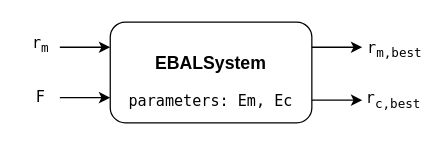
Earlier version of the draw.io diagram fig/application.dio (dfabianus/ElementalBalancing.jl). Source tidied: cells renumbered, new cells numbered last; positions are measured from the earlier drawing's top-left corner, leaving out a move shared by most shapes. Both pictures are drawn from the tidied source at 126%, with x=0, y=0 at pixel (21, 21).
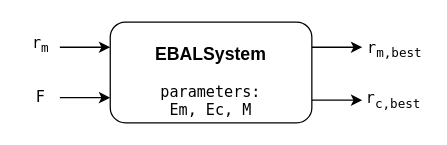
After the change.

The edit, as a diff of the source:
```diff
@@
 <mxGraphModel>
   <root>
     <mxCell id="0" />
     <mxCell id="1" parent="0" />
-    <mxCell id="2" value="&lt;h3&gt;&lt;b style=&quot;&quot;&gt;EBALSystem&lt;/b&gt;&lt;/h3&gt;&lt;font face=&quot;Lucida Console&quot;&gt;parameters: Em, Ec&lt;/font&gt;" style="rounded=1;whiteSpace=wrap;html=1;" parent="1" vertex="1">
+    <mxCell id="2" value="&lt;h3&gt;&lt;b style=&quot;&quot;&gt;EBALSystem&lt;/b&gt;&lt;/h3&gt;&lt;font face=&quot;Lucida Console&quot;&gt;parameters: &lt;br&gt;Em, Ec, M&lt;/font&gt;" style="rounded=1;whiteSpace=wrap;html=1;" parent="1" vertex="1">
       <mxGeometry x="70" width="160" height="80" as="geometry" />
     </mxCell>
     <mxCell id="3" style="endArrow=classic;html=1;" parent="1" edge="1">
       <mxGeometry relative="1" as="geometry">
         <mxPoint x="30" y="20" as="sourcePoint" />
         <mxPoint x="70" y="20" as="targetPoint" />
       </mxGeometry>
     </mxCell>
     <mxCell id="4" style="endArrow=classic;html=1;" parent="1" edge="1">
       <mxGeometry relative="1" as="geometry">
         <mxPoint x="30" y="60" as="sourcePoint" />
         <mxPoint x="70" y="60" as="targetPoint" />
       </mxGeometry>
     </mxCell>
     <mxCell id="5" value="&lt;font face=&quot;Lucida Console&quot;&gt;r&lt;sub&gt;m&lt;/sub&gt;&lt;/font&gt;" style="text;html=1;strokeColor=none;fillColor=none;align=center;verticalAlign=middle;whiteSpace=wrap;rounded=0;" parent="1" vertex="1">
       <mxGeometry x="5" y="3" width="20" height="30" as="geometry" />
     </mxCell>
     <mxCell id="6" value="&lt;font face=&quot;Lucida Console&quot;&gt;F&lt;/font&gt;" style="text;html=1;strokeColor=none;fillColor=none;align=center;verticalAlign=middle;whiteSpace=wrap;rounded=0;" parent="1" vertex="1">
       <mxGeometry y="45" width="30" height="30" as="geometry" />
     </mxCell>
     <mxCell id="7" style="endArrow=classic;html=1;" parent="1" edge="1">
       <mxGeometry relative="1" as="geometry">
         <mxPoint x="230" y="20" as="sourcePoint" />
         <mxPoint x="270" y="20" as="targetPoint" />
       </mxGeometry>
     </mxCell>
     <mxCell id="8" value="&lt;font face=&quot;Lucida Console&quot;&gt;r&lt;sub&gt;m,best&lt;/sub&gt;&lt;/font&gt;" style="text;html=1;strokeColor=none;fillColor=none;align=center;verticalAlign=middle;whiteSpace=wrap;rounded=0;" parent="1" vertex="1">
       <mxGeometry x="271" y="7" width="50" height="30" as="geometry" />
     </mxCell>
     <mxCell id="9" style="endArrow=classic;html=1;" parent="1" edge="1">
       <mxGeometry relative="1" as="geometry">
         <mxPoint x="230" y="62" as="sourcePoint" />
         <mxPoint x="270" y="62" as="targetPoint" />
       </mxGeometry>
     </mxCell>
     <mxCell id="10" value="&lt;font face=&quot;Lucida Console&quot;&gt;r&lt;sub&gt;c,best&lt;/sub&gt;&lt;/font&gt;" style="text;html=1;strokeColor=none;fillColor=none;align=center;verticalAlign=middle;whiteSpace=wrap;rounded=0;" parent="1" vertex="1">
       <mxGeometry x="270" y="47" width="50" height="30" as="geometry" />
     </mxCell>
   </root>
 </mxGraphModel>
```
